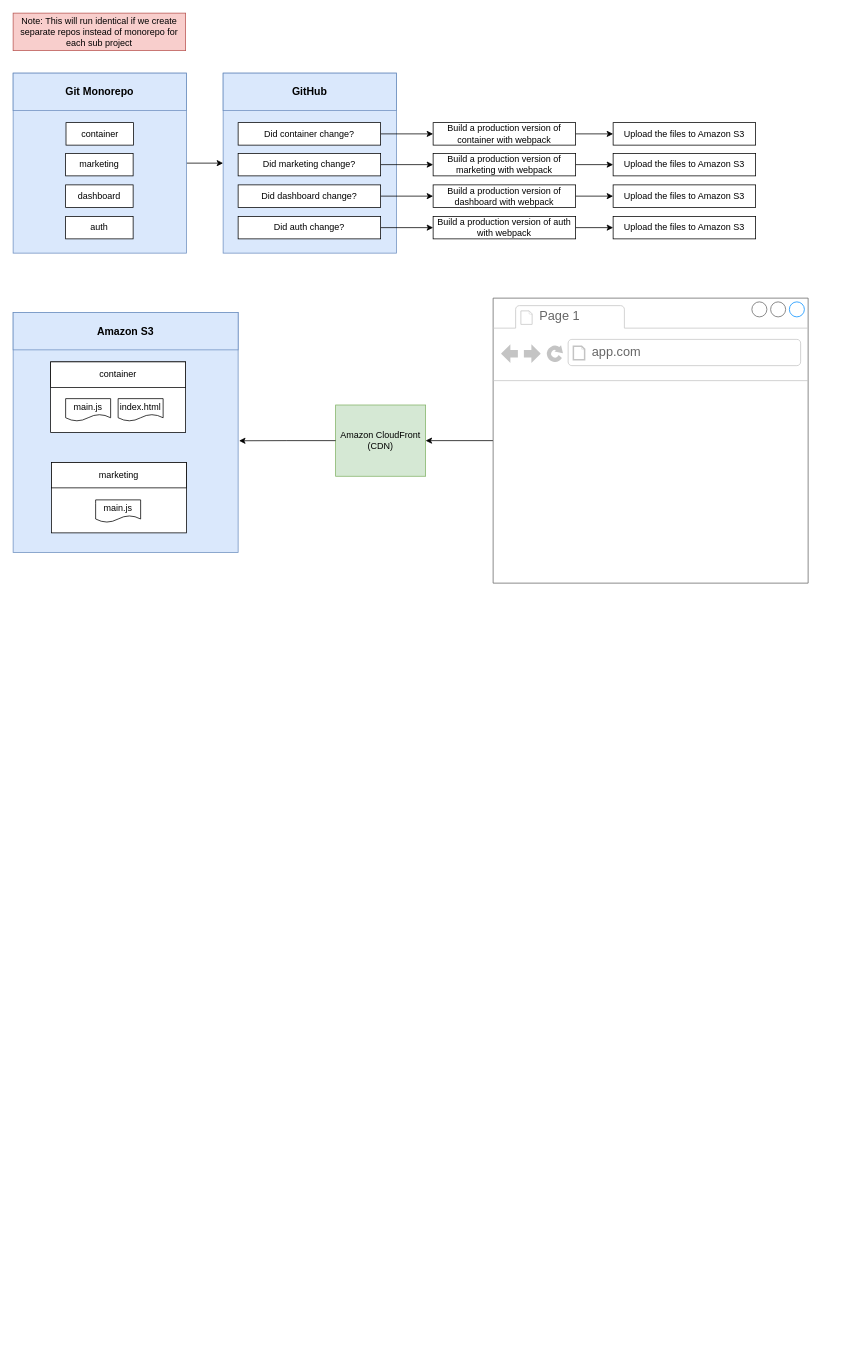
Before: page "Pipeline" (8 of 8) of ui/micro/integration/Frontend-Integration.drawio in afflato/system, a draw.io diagram. Source tidied: cells renumbered, new cells numbered last; positions are measured from the earlier drawing's top-left corner, leaving out a move shared by most shapes. Both pictures are drawn from the tidied source at 75%, with x=0, y=0 at pixel (13, 13).
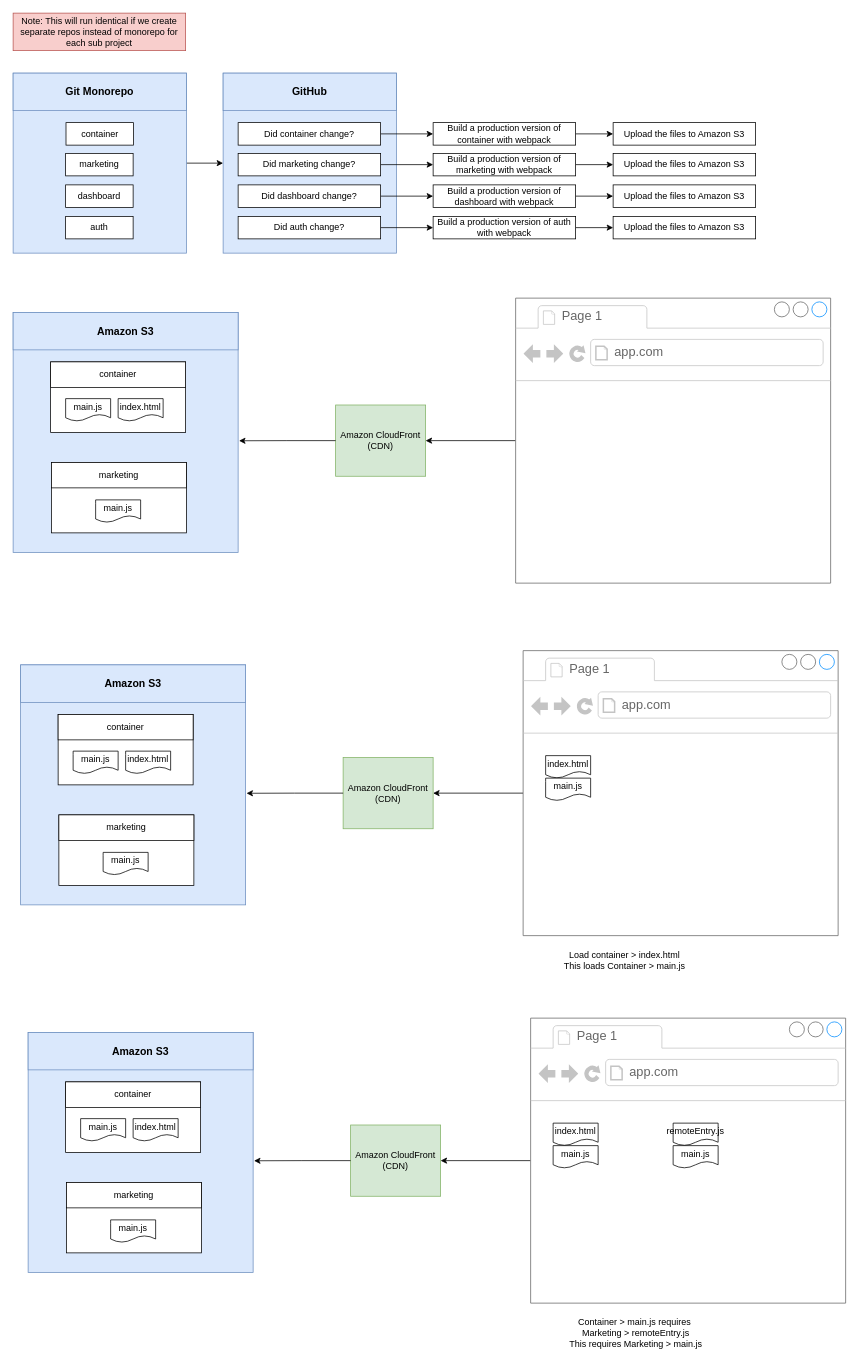
The same diagram, later.

The edit, as a diff of the source:
```diff
@@
     <mxCell id="43" style="strokeWidth=1;shadow=0;dashed=0;align=center;html=1;shape=mxgraph.mockup.containers.browserWindow;rSize=0;strokeColor=#666666;strokeColor2=#008cff;strokeColor3=#c4c4c4;mainText=,;" parent="1" vertex="1">
-      <mxGeometry x="640" y="380" width="420" height="380" as="geometry" />
+      <mxGeometry x="670" y="380" width="420" height="380" as="geometry" />
     </mxCell>
@@
+    <mxCell id="47" style="rounded=0;whiteSpace=wrap;html=1;fillColor=#dae8fc;strokeColor=#6c8ebf;" parent="1" vertex="1">
+      <mxGeometry x="10" y="869" width="300" height="320" as="geometry" />
+    </mxCell>
+    <mxCell id="48" value="&lt;b&gt;&lt;font style=&quot;font-size: 14px;&quot;&gt;Amazon S3&lt;/font&gt;&lt;/b&gt;" style="rounded=0;whiteSpace=wrap;html=1;fillColor=#dae8fc;strokeColor=#6c8ebf;" parent="1" vertex="1">
+      <mxGeometry x="10" y="869" width="300" height="50" as="geometry" />
+    </mxCell>
+    <mxCell id="49" style="rounded=0;whiteSpace=wrap;html=1;" parent="1" vertex="1">
+      <mxGeometry x="60" y="935" width="180" height="94" as="geometry" />
+    </mxCell>
+    <mxCell id="50" value="container" style="rounded=0;whiteSpace=wrap;html=1;" parent="1" vertex="1">
+      <mxGeometry x="60" y="935" width="180" height="34" as="geometry" />
+    </mxCell>
+    <mxCell id="51" value="main.js" style="shape=document;whiteSpace=wrap;html=1;boundedLbl=1;" parent="1" vertex="1">
+      <mxGeometry x="80" y="984" width="60" height="30" as="geometry" />
+    </mxCell>
+    <mxCell id="52" value="index.html" style="shape=document;whiteSpace=wrap;html=1;boundedLbl=1;" parent="1" vertex="1">
+      <mxGeometry x="150" y="984" width="60" height="30" as="geometry" />
+    </mxCell>
+    <mxCell id="53" style="rounded=0;whiteSpace=wrap;html=1;" parent="1" vertex="1">
+      <mxGeometry x="61" y="1069" width="180" height="94" as="geometry" />
+    </mxCell>
+    <mxCell id="54" value="marketing" style="rounded=0;whiteSpace=wrap;html=1;" parent="1" vertex="1">
+      <mxGeometry x="61" y="1069" width="180" height="34" as="geometry" />
+    </mxCell>
+    <mxCell id="55" value="main.js" style="shape=document;whiteSpace=wrap;html=1;boundedLbl=1;" parent="1" vertex="1">
+      <mxGeometry x="120" y="1119" width="60" height="30" as="geometry" />
+    </mxCell>
+    <mxCell id="56" value="Amazon CloudFront (CDN)" style="rounded=0;whiteSpace=wrap;html=1;fillColor=#d5e8d4;strokeColor=#82b366;" parent="1" vertex="1">
+      <mxGeometry x="440" y="992.5" width="120" height="95" as="geometry" />
+    </mxCell>
+    <mxCell id="57" style="edgeStyle=orthogonalEdgeStyle;rounded=0;jettySize=auto;html=1;" parent="1" edge="1" source="58" target="56">
+      <mxGeometry relative="1" as="geometry" />
+    </mxCell>
+    <mxCell id="58" style="strokeWidth=1;shadow=0;dashed=0;align=center;html=1;shape=mxgraph.mockup.containers.browserWindow;rSize=0;strokeColor=#666666;strokeColor2=#008cff;strokeColor3=#c4c4c4;mainText=,;" parent="1" vertex="1">
+      <mxGeometry x="680" y="850" width="420" height="380" as="geometry" />
+    </mxCell>
+    <mxCell id="59" value="Page 1" style="strokeWidth=1;shadow=0;dashed=0;align=center;html=1;shape=mxgraph.mockup.containers.anchor;fontSize=17;fontColor=#666666;align=left;whiteSpace=wrap;" parent="58" vertex="1">
+      <mxGeometry x="60" y="12" width="110" height="26" as="geometry" />
+    </mxCell>
+    <mxCell id="60" value="app.com" style="strokeWidth=1;shadow=0;dashed=0;align=center;html=1;shape=mxgraph.mockup.containers.anchor;rSize=0;fontSize=17;fontColor=#666666;align=left;" parent="58" vertex="1">
+      <mxGeometry x="130" y="60" width="250" height="26" as="geometry" />
+    </mxCell>
+    <mxCell id="61" value="index.html" style="shape=document;whiteSpace=wrap;html=1;boundedLbl=1;" parent="58" vertex="1">
+      <mxGeometry x="30" y="140" width="60" height="30" as="geometry" />
+    </mxCell>
+    <mxCell id="62" value="main.js" style="shape=document;whiteSpace=wrap;html=1;boundedLbl=1;" parent="58" vertex="1">
+      <mxGeometry x="30" y="170" width="60" height="30" as="geometry" />
+    </mxCell>
+    <mxCell id="63" style="edgeStyle=orthogonalEdgeStyle;rounded=0;jettySize=auto;html=1;entryX=1.004;entryY=0.535;entryDx=0;entryDy=0;entryPerimeter=0;" parent="1" edge="1" source="56" target="47">
+      <mxGeometry relative="1" as="geometry" />
+    </mxCell>
+    <mxCell id="64" style="rounded=0;whiteSpace=wrap;html=1;fillColor=#dae8fc;strokeColor=#6c8ebf;" parent="1" vertex="1">
+      <mxGeometry x="20" y="1359" width="300" height="320" as="geometry" />
+    </mxCell>
+    <mxCell id="65" value="&lt;b&gt;&lt;font style=&quot;font-size: 14px;&quot;&gt;Amazon S3&lt;/font&gt;&lt;/b&gt;" style="rounded=0;whiteSpace=wrap;html=1;fillColor=#dae8fc;strokeColor=#6c8ebf;" parent="1" vertex="1">
+      <mxGeometry x="20" y="1359" width="300" height="50" as="geometry" />
+    </mxCell>
+    <mxCell id="66" style="rounded=0;whiteSpace=wrap;html=1;" parent="1" vertex="1">
+      <mxGeometry x="70" y="1425" width="180" height="94" as="geometry" />
+    </mxCell>
+    <mxCell id="67" value="container" style="rounded=0;whiteSpace=wrap;html=1;" parent="1" vertex="1">
+      <mxGeometry x="70" y="1425" width="180" height="34" as="geometry" />
+    </mxCell>
+    <mxCell id="68" value="main.js" style="shape=document;whiteSpace=wrap;html=1;boundedLbl=1;" parent="1" vertex="1">
+      <mxGeometry x="90" y="1474" width="60" height="30" as="geometry" />
+    </mxCell>
+    <mxCell id="69" value="index.html" style="shape=document;whiteSpace=wrap;html=1;boundedLbl=1;" parent="1" vertex="1">
+      <mxGeometry x="160" y="1474" width="60" height="30" as="geometry" />
+    </mxCell>
+    <mxCell id="70" style="rounded=0;whiteSpace=wrap;html=1;" parent="1" vertex="1">
+      <mxGeometry x="71" y="1559" width="180" height="94" as="geometry" />
+    </mxCell>
+    <mxCell id="71" value="marketing" style="rounded=0;whiteSpace=wrap;html=1;" parent="1" vertex="1">
+      <mxGeometry x="71" y="1559" width="180" height="34" as="geometry" />
+    </mxCell>
+    <mxCell id="72" value="main.js" style="shape=document;whiteSpace=wrap;html=1;boundedLbl=1;" parent="1" vertex="1">
+      <mxGeometry x="130" y="1609" width="60" height="30" as="geometry" />
+    </mxCell>
+    <mxCell id="73" value="Amazon CloudFront (CDN)" style="rounded=0;whiteSpace=wrap;html=1;fillColor=#d5e8d4;strokeColor=#82b366;" parent="1" vertex="1">
+      <mxGeometry x="450" y="1482.5" width="120" height="95" as="geometry" />
+    </mxCell>
+    <mxCell id="74" style="edgeStyle=orthogonalEdgeStyle;rounded=0;jettySize=auto;html=1;" parent="1" edge="1" source="75" target="73">
+      <mxGeometry relative="1" as="geometry" />
+    </mxCell>
+    <mxCell id="75" style="strokeWidth=1;shadow=0;dashed=0;align=center;html=1;shape=mxgraph.mockup.containers.browserWindow;rSize=0;strokeColor=#666666;strokeColor2=#008cff;strokeColor3=#c4c4c4;mainText=,;" parent="1" vertex="1">
+      <mxGeometry x="690" y="1340" width="420" height="380" as="geometry" />
+    </mxCell>
+    <mxCell id="76" value="Page 1" style="strokeWidth=1;shadow=0;dashed=0;align=center;html=1;shape=mxgraph.mockup.containers.anchor;fontSize=17;fontColor=#666666;align=left;whiteSpace=wrap;" parent="75" vertex="1">
+      <mxGeometry x="60" y="12" width="110" height="26" as="geometry" />
+    </mxCell>
+    <mxCell id="77" value="app.com" style="strokeWidth=1;shadow=0;dashed=0;align=center;html=1;shape=mxgraph.mockup.containers.anchor;rSize=0;fontSize=17;fontColor=#666666;align=left;" parent="75" vertex="1">
+      <mxGeometry x="130" y="60" width="250" height="26" as="geometry" />
+    </mxCell>
+    <mxCell id="78" value="index.html" style="shape=document;whiteSpace=wrap;html=1;boundedLbl=1;" parent="75" vertex="1">
+      <mxGeometry x="30" y="140" width="60" height="30" as="geometry" />
+    </mxCell>
+    <mxCell id="79" value="main.js" style="shape=document;whiteSpace=wrap;html=1;boundedLbl=1;" parent="75" vertex="1">
+      <mxGeometry x="30" y="170" width="60" height="30" as="geometry" />
+    </mxCell>
+    <mxCell id="80" value="remoteEntry.js" style="shape=document;whiteSpace=wrap;html=1;boundedLbl=1;" parent="75" vertex="1">
+      <mxGeometry x="190" y="140" width="60" height="30" as="geometry" />
+    </mxCell>
+    <mxCell id="81" value="main.js" style="shape=document;whiteSpace=wrap;html=1;boundedLbl=1;" parent="75" vertex="1">
+      <mxGeometry x="190" y="170" width="60" height="30" as="geometry" />
+    </mxCell>
+    <mxCell id="82" style="edgeStyle=orthogonalEdgeStyle;rounded=0;jettySize=auto;html=1;entryX=1.004;entryY=0.535;entryDx=0;entryDy=0;entryPerimeter=0;" parent="1" edge="1" source="73" target="64">
+      <mxGeometry relative="1" as="geometry" />
+    </mxCell>
+    <mxCell id="83" value="Load container &amp;gt; index.html&lt;br&gt;This loads Container &amp;gt; main.js" style="text;html=1;align=center;verticalAlign=middle;strokeColor=none;fillColor=none;" parent="1" vertex="1">
+      <mxGeometry x="720" y="1243" width="190" height="40" as="geometry" />
+    </mxCell>
+    <mxCell id="84" value="Container &amp;gt; main.js requires&amp;nbsp;&lt;br&gt;Marketing &amp;gt; remoteEntry.js&lt;br&gt;This requires Marketing &amp;gt; main.js" style="text;html=1;align=center;verticalAlign=middle;strokeColor=none;fillColor=none;" parent="1" vertex="1">
+      <mxGeometry x="730" y="1730" width="200" height="60" as="geometry" />
+    </mxCell>
```
